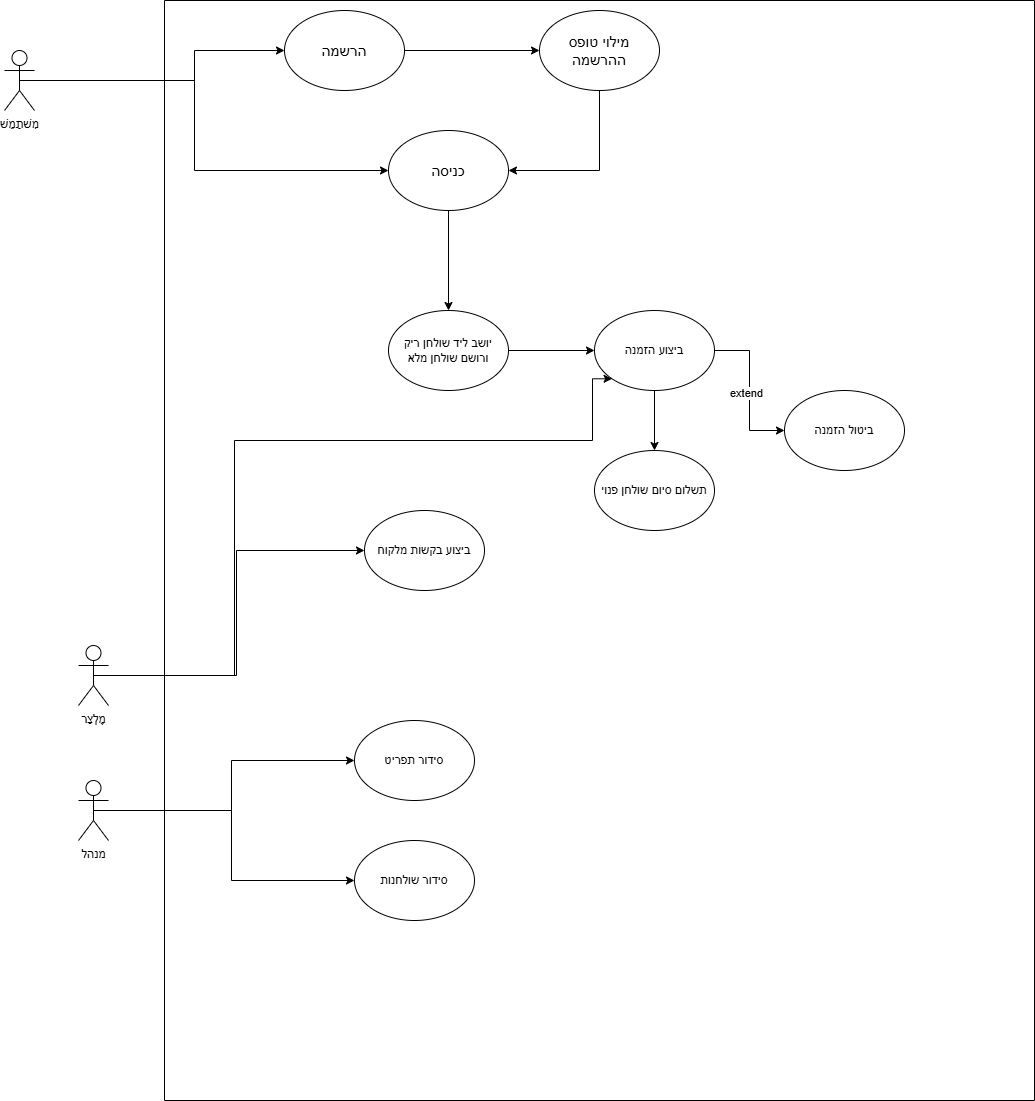
This is Diagrams/UC7.drawio.png from EyasSh/Resturant, a draw.io export, as it was before one commit. Source tidied: cells renumbered, new cells last; positions are measured from the earlier drawing's top-left corner, leaving out a move shared by most shapes.
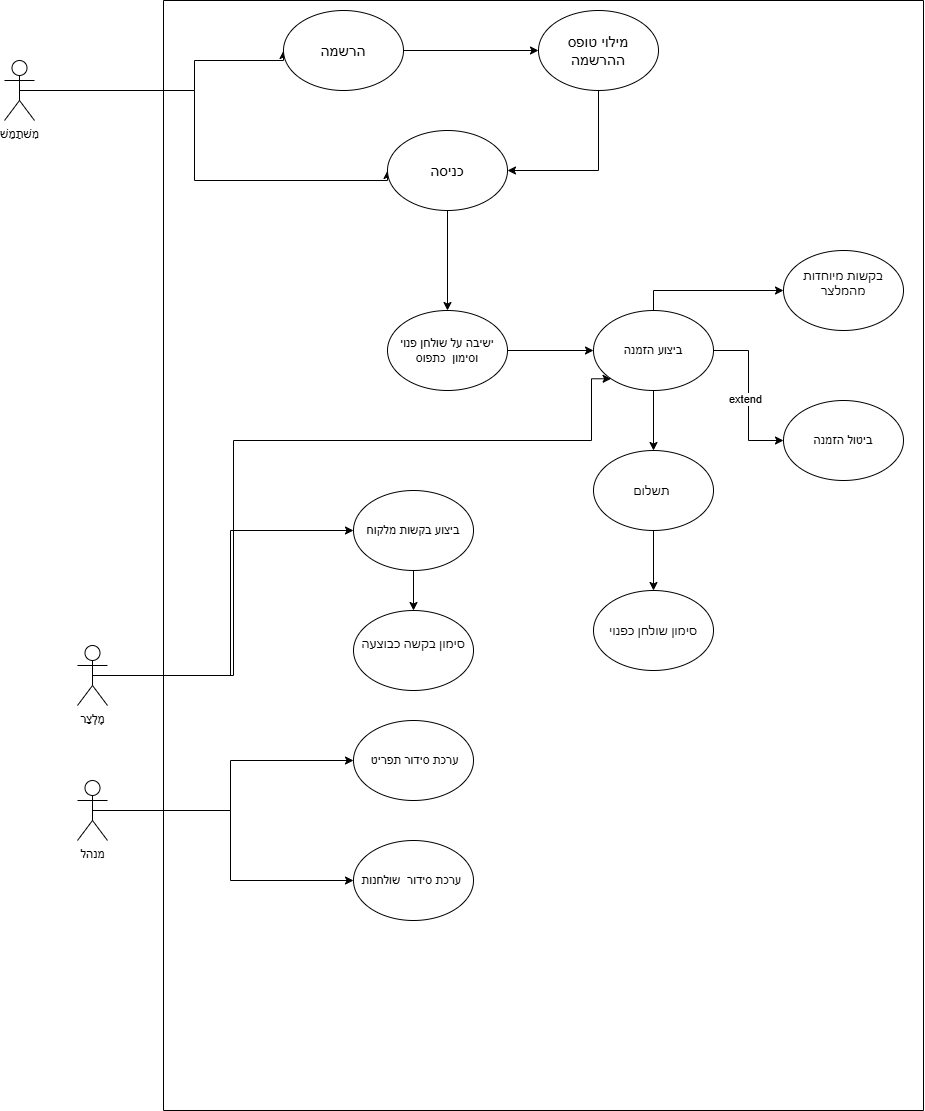
Above is the later version.

What changed in the source:
```diff
@@ -21,8 +21,8 @@
     <mxCell id="4" value="מִשׁתַמֵשׁ" style="shape=umlActor;verticalLabelPosition=bottom;verticalAlign=top;html=1;outlineConnect=0;" parent="1" vertex="1">
       <mxGeometry y="50" width="30" height="60" as="geometry" />
     </mxCell>
-    <mxCell id="5" style="swimlane;startSize=0;" parent="1" vertex="1">
-      <mxGeometry x="160" width="870" height="1100" as="geometry" />
+    <mxCell id="5" value="&#10;&#10;" style="swimlane;startSize=0;" parent="1" vertex="1">
+      <mxGeometry x="159" y="-10" width="760" height="1110" as="geometry" />
     </mxCell>
     <mxCell id="6" style="edgeStyle=orthogonalEdgeStyle;rounded=0;jettySize=auto;html=1;exitX=0.5;exitY=0.5;exitDx=0;exitDy=0;exitPerimeter=0;entryX=0;entryY=0.5;entryDx=0;entryDy=0;" parent="5" edge="1" source="8" target="9">
       <mxGeometry relative="1" as="geometry" />
@@ -39,8 +39,11 @@
     <mxCell id="8" value="מֶלְצַר" style="shape=umlActor;verticalLabelPosition=bottom;verticalAlign=top;html=1;outlineConnect=0;" parent="5" vertex="1">
       <mxGeometry x="-86" y="645" width="30" height="60" as="geometry" />
     </mxCell>
+    <mxCell id="29" style="edgeStyle=orthogonalEdgeStyle;rounded=0;jettySize=auto;html=1;" parent="5" edge="1" source="9" target="34">
+      <mxGeometry relative="1" as="geometry" />
+    </mxCell>
     <mxCell id="9" value="ביצוע בקשות מלקוח" style="ellipse;whiteSpace=wrap;html=1;" parent="5" vertex="1">
-      <mxGeometry x="200" y="510" width="120" height="80" as="geometry" />
+      <mxGeometry x="190" y="490" width="120" height="80" as="geometry" />
     </mxCell>
     <mxCell id="10" style="edgeStyle=orthogonalEdgeStyle;rounded=0;jettySize=auto;html=1;exitX=0.5;exitY=0.5;exitDx=0;exitDy=0;exitPerimeter=0;entryX=0;entryY=0.5;entryDx=0;entryDy=0;" parent="5" edge="1" source="12" target="13">
       <mxGeometry relative="1" as="geometry" />
@@ -51,7 +54,7 @@
     <mxCell id="12" value="&lt;span style=&quot;font-size: 12px;&quot;&gt;מנהל&lt;/span&gt;" style="shape=umlActor;verticalLabelPosition=bottom;verticalAlign=top;html=1;outlineConnect=0;" parent="5" vertex="1">
       <mxGeometry x="-86" y="780" width="30" height="60" as="geometry" />
     </mxCell>
-    <mxCell id="13" value="&lt;div&gt;&lt;div&gt;&lt;span style=&quot;font-size: 12px;&quot;&gt;סידור תפריט&lt;/span&gt;&lt;/div&gt;&lt;/div&gt;" style="ellipse;whiteSpace=wrap;html=1;" parent="5" vertex="1">
+    <mxCell id="13" value="&lt;div&gt;&lt;span style=&quot;font-size: 12px;&quot;&gt;&amp;nbsp;&lt;/span&gt;&lt;span style=&quot;background-color: transparent; color: light-dark(rgb(0, 0, 0), rgb(255, 255, 255));&quot;&gt;ערכת&amp;nbsp;&lt;/span&gt;&lt;span style=&quot;background-color: transparent; color: light-dark(rgb(0, 0, 0), rgb(255, 255, 255));&quot;&gt;סידור תפריט&lt;/span&gt;&lt;/div&gt;" style="ellipse;whiteSpace=wrap;html=1;" parent="5" vertex="1">
       <mxGeometry x="190" y="720" width="120" height="80" as="geometry" />
     </mxCell>
     <mxCell id="14" style="edgeStyle=orthogonalEdgeStyle;rounded=0;jettySize=auto;html=1;exitX=1;exitY=0.5;exitDx=0;exitDy=0;entryX=0;entryY=0.5;entryDx=0;entryDy=0;fontSize=15;" parent="5" edge="1" source="15" target="19">
@@ -75,17 +78,20 @@
     <mxCell id="20" style="edgeStyle=orthogonalEdgeStyle;rounded=0;jettySize=auto;html=1;exitX=1;exitY=0.5;exitDx=0;exitDy=0;entryX=0;entryY=0.5;entryDx=0;entryDy=0;" parent="5" edge="1" source="21" target="23">
       <mxGeometry relative="1" as="geometry" />
     </mxCell>
-    <mxCell id="21" value="&lt;span style=&quot;font-size: 12px;&quot;&gt;יושב ליד שולחן ריק ורושם שולחן מלא&lt;/span&gt;" style="ellipse;whiteSpace=wrap;html=1;" parent="5" vertex="1">
+    <mxCell id="21" value="&lt;span style=&quot;font-size: 12px;&quot;&gt;ישיבה על שולחן פנוי וסימון&amp;nbsp; כתפוס&lt;/span&gt;" style="ellipse;whiteSpace=wrap;html=1;" parent="5" vertex="1">
       <mxGeometry x="224" y="310" width="120" height="80" as="geometry" />
     </mxCell>
     <mxCell id="22" style="edgeStyle=orthogonalEdgeStyle;rounded=0;jettySize=auto;html=1;exitX=0.5;exitY=1;exitDx=0;exitDy=0;entryX=0.5;entryY=0;entryDx=0;entryDy=0;" parent="5" edge="1" source="23" target="27">
       <mxGeometry relative="1" as="geometry" />
     </mxCell>
+    <mxCell id="30" style="edgeStyle=orthogonalEdgeStyle;rounded=0;jettySize=auto;html=1;exitX=0.5;exitY=0;exitDx=0;exitDy=0;" parent="5" edge="1" source="23" target="33">
+      <mxGeometry relative="1" as="geometry" />
+    </mxCell>
     <mxCell id="23" value="ביצוע הזמנה" style="ellipse;whiteSpace=wrap;html=1;" parent="5" vertex="1">
       <mxGeometry x="430" y="310" width="120" height="80" as="geometry" />
     </mxCell>
     <mxCell id="24" value="ביטול הזמנה" style="ellipse;whiteSpace=wrap;html=1;" parent="5" vertex="1">
-      <mxGeometry x="620" y="390" width="120" height="80" as="geometry" />
+      <mxGeometry x="620" y="400" width="120" height="80" as="geometry" />
     </mxCell>
     <mxCell id="25" style="edgeStyle=orthogonalEdgeStyle;rounded=0;jettySize=auto;html=1;exitX=1;exitY=0.5;exitDx=0;exitDy=0;entryX=0;entryY=0.5;entryDx=0;entryDy=0;" parent="5" edge="1" source="23" target="24">
       <mxGeometry relative="1" as="geometry" />
@@ -93,11 +99,23 @@
     <mxCell id="26" value="extend" style="edgeLabel;html=1;align=center;verticalAlign=middle;" parent="25" vertex="1">
       <mxGeometry x="0.03" y="-4" relative="1" as="geometry" />
     </mxCell>
+    <mxCell id="31" style="edgeStyle=orthogonalEdgeStyle;rounded=0;jettySize=auto;html=1;exitX=0.5;exitY=1;exitDx=0;exitDy=0;entryX=0.5;entryY=0;entryDx=0;entryDy=0;" parent="5" edge="1" source="27" target="32">
+      <mxGeometry relative="1" as="geometry" />
+    </mxCell>
-    <mxCell id="27" value="&lt;span style=&quot;font-size: 12px;&quot;&gt;תשלום סיום שולחן פנוי&lt;/span&gt;" style="ellipse;whiteSpace=wrap;html=1;" parent="5" vertex="1">
+    <mxCell id="27" value="&lt;span style=&quot;font-family: 'Segoe UI';&quot;&gt;תשלום&amp;nbsp;&lt;/span&gt;" style="ellipse;whiteSpace=wrap;html=1;" parent="5" vertex="1">
       <mxGeometry x="430" y="450" width="120" height="80" as="geometry" />
     </mxCell>
-    <mxCell id="28" value="&lt;span style=&quot;font-size: 12px;&quot;&gt;סידור שולחנות&lt;/span&gt;" style="ellipse;whiteSpace=wrap;html=1;" parent="5" vertex="1">
+    <mxCell id="28" value="ערכת&amp;nbsp;&lt;span style=&quot;font-size: 12px;&quot;&gt;סידור&amp;nbsp; שולחנות&amp;nbsp;&lt;/span&gt;" style="ellipse;whiteSpace=wrap;html=1;" parent="5" vertex="1">
       <mxGeometry x="190" y="840" width="120" height="80" as="geometry" />
     </mxCell>
+    <mxCell id="32" value="&lt;span style=&quot;font-family: &amp;quot;Segoe UI&amp;quot;; font-size: 12px; font-style: normal; font-variant-ligatures: normal; font-variant-caps: normal; font-weight: 400; letter-spacing: normal; orphans: 2; text-align: center; text-indent: 0px; text-transform: none; widows: 2; word-spacing: 0px; -webkit-text-stroke-width: 0px; white-space: normal; text-decoration-thickness: initial; text-decoration-style: initial; text-decoration-color: initial; float: none; display: inline !important;&quot;&gt;סימון שולחן כפנוי&lt;/span&gt;" style="ellipse;whiteSpace=wrap;html=1;fontColor=default;labelBackgroundColor=default;" parent="5" vertex="1">
+      <mxGeometry x="430" y="590" width="120" height="80" as="geometry" />
+    </mxCell>
+    <mxCell id="33" value="&#10;&lt;span style=&quot;font-family: 'Segoe UI';&quot;&gt;בקשות מיוחדות מהמלצר&lt;/span&gt;&#10;&#10;" style="ellipse;whiteSpace=wrap;html=1;" parent="5" vertex="1">
+      <mxGeometry x="620" y="250" width="120" height="80" as="geometry" />
+    </mxCell>
+    <mxCell id="34" value="&#10;&lt;span style=&quot;font-family: 'Segoe UI';&quot;&gt;סימון בקשה כבוצעה&lt;/span&gt;&#10;&#10;" style="ellipse;whiteSpace=wrap;html=1;" parent="5" vertex="1">
+      <mxGeometry x="190" y="610" width="120" height="80" as="geometry" />
+    </mxCell>
   </root>
 </mxGraphModel>
```
